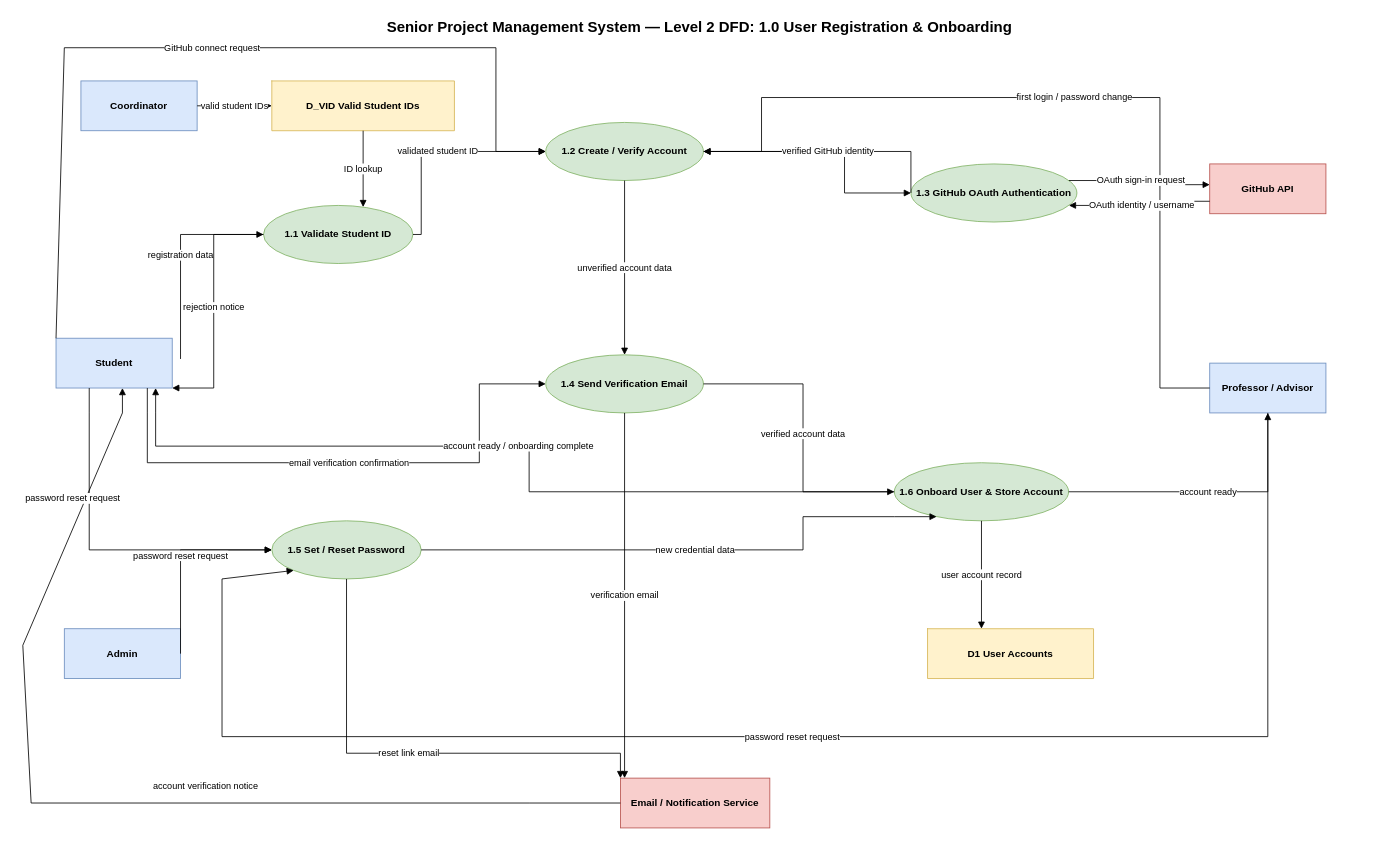
Earlier version of the draw.io diagram docs/dfdlevel2.1.drawio (SE3318-Spring-2025-2026/senior-app-3). Source tidied: cells renumbered, new cells numbered last; positions are measured from the earlier drawing's top-left corner, leaving out a move shared by most shapes. Both pictures are drawn from the tidied source at 83%, with x=0, y=0 at pixel (14, 14).
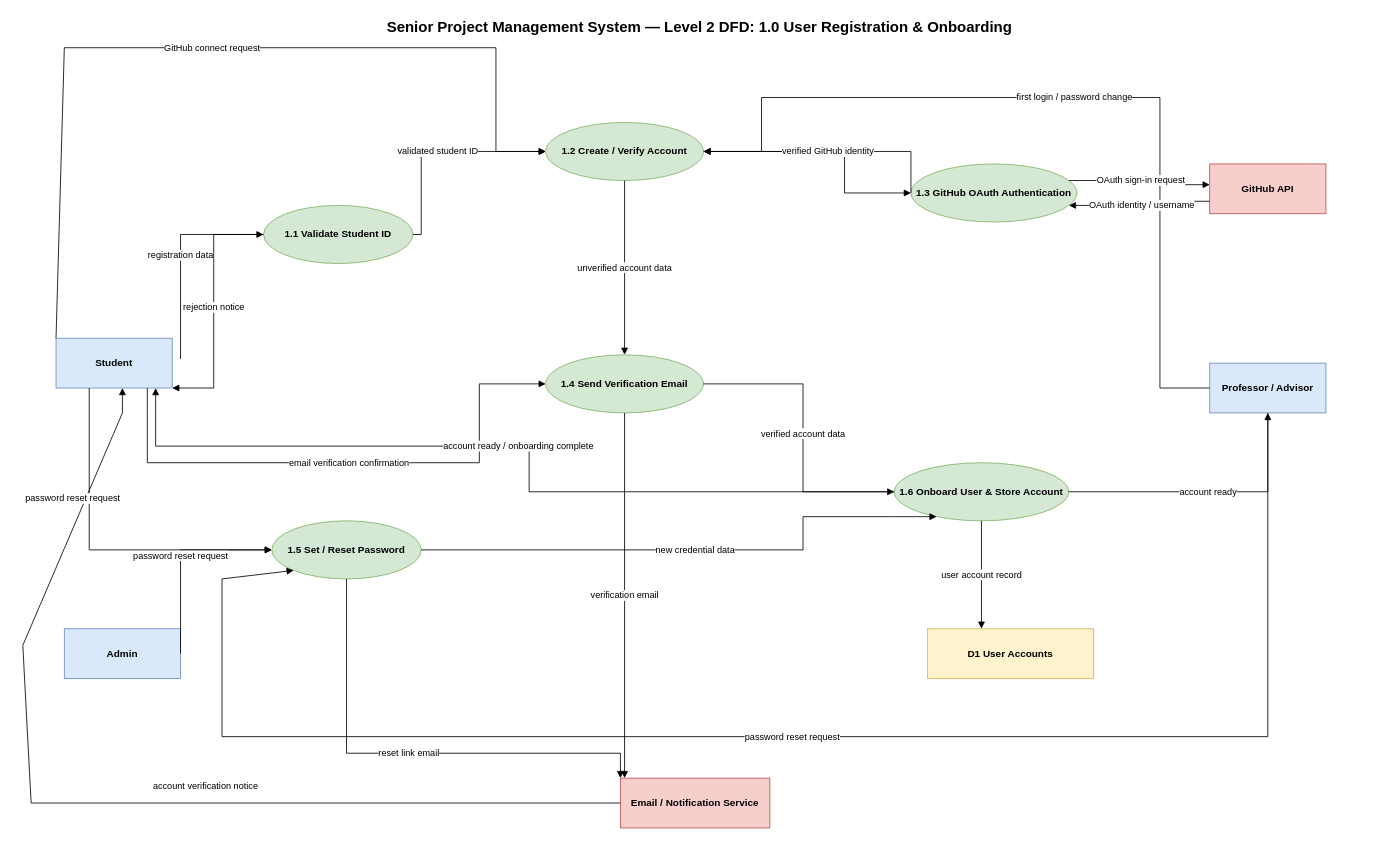
The same diagram, later.

Commit message (it also covers changes not shown here):
update DFD Level 2 and add API specification for User Registration & Onboarding

The change refers to these unchanged cells:
```xml
<mxCell id="11" value="1.1 Validate Student ID" style="ellipse;whiteSpace=wrap;html=1;fillColor=#d5e8d4;strokeColor=#82b366;fontStyle=1;" parent="1" vertex="1">
  <mxGeometry x="300" y="230" width="180" height="70" as="geometry" />
</mxCell>
```

Change to the diagram source:
```diff
@@
-    <mxCell id="4" value="Coordinator" style="rounded=0;whiteSpace=wrap;html=1;fillColor=#dae8fc;strokeColor=#6c8ebf;fontStyle=1;" parent="1" vertex="1">
-      <mxGeometry x="80" y="80" width="140" height="60" as="geometry" />
-    </mxCell>
@@
-    <mxCell id="9" value="D_VID  Valid Student IDs" style="shape=partialRectangle;whiteSpace=wrap;html=1;fillColor=#fff2cc;strokeColor=#d6b656;fontStyle=1;" parent="1" vertex="1">
-      <mxGeometry x="310" y="80" width="220" height="60" as="geometry" />
-    </mxCell>
@@
-    <mxCell id="17" value="valid student IDs" style="edgeStyle=orthogonalEdgeStyle;rounded=0;html=1;endArrow=block;endFill=1;noEdgeStyle=1;orthogonal=1;" parent="1" edge="1" source="4" target="9">
-      <mxGeometry relative="1" as="geometry" />
-    </mxCell>
-    <mxCell id="18" value="ID lookup" style="edgeStyle=orthogonalEdgeStyle;rounded=0;html=1;endArrow=block;endFill=1;noEdgeStyle=1;orthogonal=1;" parent="1" edge="1" source="9" target="11">
-      <mxGeometry relative="1" as="geometry" />
-    </mxCell>
```
